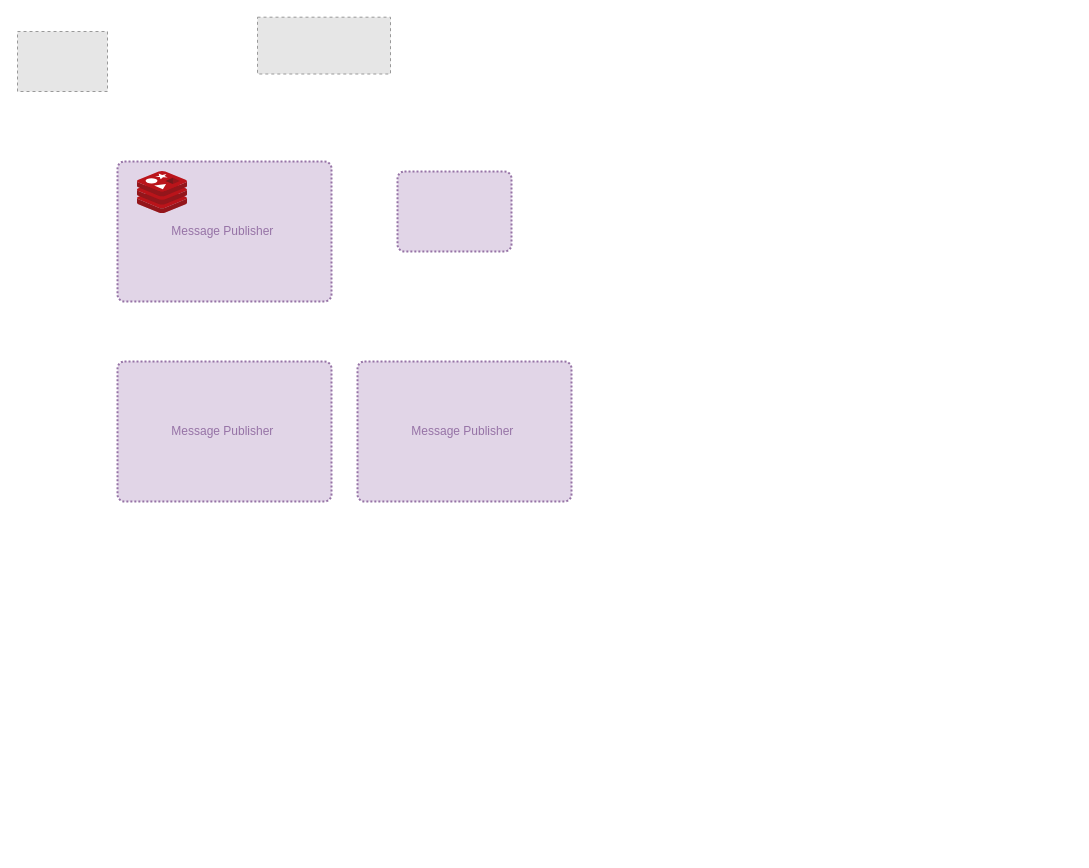
Earlier version of the draw.io diagram spin-redis.drawio (anitabee/hello-spin-redis). Source tidied: cells renumbered, new cells numbered last; positions are measured from the earlier drawing's top-left corner, leaving out a move shared by most shapes. Both pictures are drawn from the tidied source at 100%, with x=0, y=0 at pixel (17, 17). Pictures stored in the file or linked from it are replaced by grey dashed boxes.
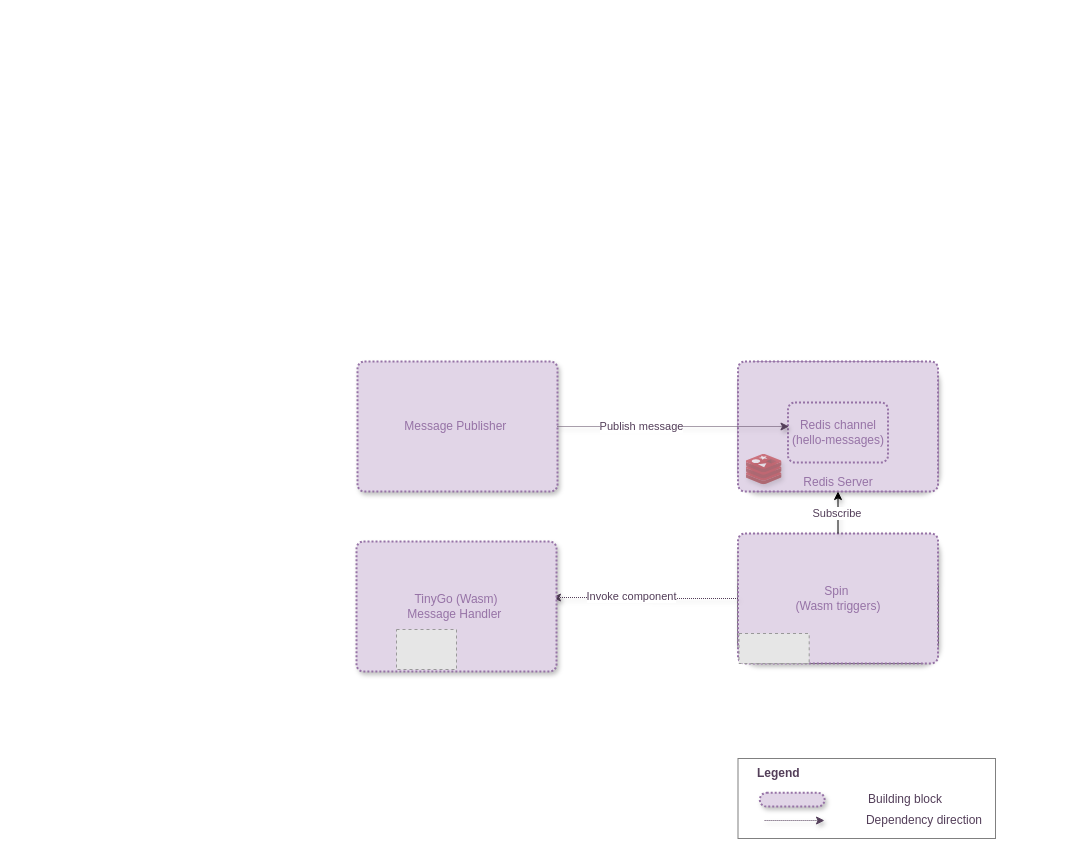
Above is the later version.

Change to the diagram source:
```diff
@@
+    <mxCell id="9" style="rounded=0;whiteSpace=wrap;html=1;strokeColor=none;" parent="1" vertex="1">
+      <mxGeometry x="248" y="314" width="807" height="520" as="geometry" />
+    </mxCell>
+    <mxCell id="8" value="&lt;font color=&quot;#9673a6&quot;&gt;Message Publisher&amp;nbsp;&lt;/font&gt;" style="rounded=1;whiteSpace=wrap;html=1;absoluteArcSize=1;arcSize=14;strokeWidth=2;fillColor=#e1d5e7;strokeColor=#9673A6;dashed=1;dashPattern=1 1;glass=0;shadow=1;" parent="1" vertex="1">
+      <mxGeometry x="340" y="344" width="200" height="130" as="geometry" />
+    </mxCell>
+    <mxCell id="10" style="group;glass=1;rounded=1;shadow=1;fillColor=default;gradientColor=none;strokeColor=default;" parent="1" vertex="1">
+      <mxGeometry x="720.5" y="516" width="200" height="130" as="geometry" />
+    </mxCell>
+    <mxCell id="11" value="&lt;font color=&quot;#9673a6&quot;&gt;Spin&amp;nbsp;&lt;/font&gt;&lt;div&gt;&lt;font color=&quot;#9673a6&quot;&gt;(Wasm triggers)&lt;/font&gt;&lt;/div&gt;" style="rounded=1;whiteSpace=wrap;html=1;absoluteArcSize=1;arcSize=14;strokeWidth=2;fillColor=#e1d5e7;strokeColor=#9673a6;dashed=1;dashPattern=1 1;verticalAlign=middle;" parent="10" vertex="1">
+      <mxGeometry width="200" height="130" as="geometry" />
+    </mxCell>
+    <mxCell id="4" style="fillColor=#E6E6E6;strokeColor=#999999;dashed=1;verticalLabelPosition=bottom;labelBackgroundColor=default;verticalAlign=top;" parent="10" vertex="1">
+      <mxGeometry x="1" y="100" width="70.2" height="30" as="geometry" />
+    </mxCell>
+    <mxCell id="12" style="group;fillColor=default;rounded=1;shadow=1;glass=0;gradientColor=none;strokeColor=#9673A6;" parent="1" vertex="1">
+      <mxGeometry x="720.5" y="344" width="200" height="130" as="geometry" />
+    </mxCell>
-    <mxCell id="2" value="&lt;font color=&quot;#9673a6&quot;&gt;Message Publisher&amp;nbsp;&lt;/font&gt;" style="rounded=1;whiteSpace=wrap;html=1;absoluteArcSize=1;arcSize=14;strokeWidth=2;fillColor=#e1d5e7;strokeColor=#9673a6;dashed=1;dashPattern=1 1;" parent="1" vertex="1">
-      <mxGeometry x="100" y="144" width="214" height="140" as="geometry" />
+    <mxCell id="2" value="&lt;font color=&quot;#9673a6&quot;&gt;Redis Server&lt;/font&gt;" style="rounded=1;whiteSpace=wrap;html=1;absoluteArcSize=1;arcSize=14;strokeWidth=2;fillColor=#e1d5e7;strokeColor=#9673a6;dashed=1;dashPattern=1 1;verticalAlign=bottom;" parent="12" vertex="1">
+      <mxGeometry width="200" height="130" as="geometry" />
     </mxCell>
-    <mxCell id="3" style="fillColor=#E6E6E6;strokeColor=#999999;dashed=1;verticalLabelPosition=bottom;labelBackgroundColor=default;verticalAlign=top;" parent="1" vertex="1">
-      <mxGeometry y="14" width="90" height="60" as="geometry" />
-    </mxCell>
-    <mxCell id="4" style="fillColor=#E6E6E6;strokeColor=#999999;dashed=1;verticalLabelPosition=bottom;labelBackgroundColor=default;verticalAlign=top;" parent="1" vertex="1">
-      <mxGeometry x="240" y="-0.3" width="133" height="56.8" as="geometry" />
-    </mxCell>
-    <mxCell id="5" style="image;sketch=0;html=1;align=center;fontSize=12;image=img/lib/mscae/Cache_Redis_Product.svg;" parent="1" vertex="1">
-      <mxGeometry x="120" y="154" width="50" height="42" as="geometry" />
+    <mxCell id="5" style="image;html=1;align=center;fontSize=12;image=img/lib/mscae/Cache_Redis_Product.svg;shadow=1;imageBorder=none;imageBackground=none;opacity=50;" parent="12" vertex="1">
+      <mxGeometry x="8" y="93" width="36" height="30.2" as="geometry" />
     </mxCell>
-    <mxCell id="6" style="rounded=1;whiteSpace=wrap;html=1;absoluteArcSize=1;arcSize=14;strokeWidth=2;fillColor=#e1d5e7;strokeColor=#9673a6;dashed=1;dashPattern=1 1;" parent="1" vertex="1">
-      <mxGeometry x="380" y="154" width="114" height="80" as="geometry" />
-    </mxCell>
-    <mxCell id="7" value="&lt;font color=&quot;#9673a6&quot;&gt;Message Publisher&amp;nbsp;&lt;/font&gt;" style="rounded=1;whiteSpace=wrap;html=1;absoluteArcSize=1;arcSize=14;strokeWidth=2;fillColor=#e1d5e7;strokeColor=#9673a6;dashed=1;dashPattern=1 1;" parent="1" vertex="1">
-      <mxGeometry x="100" y="344" width="214" height="140" as="geometry" />
-    </mxCell>
-    <mxCell id="8" value="&lt;font color=&quot;#9673a6&quot;&gt;Message Publisher&amp;nbsp;&lt;/font&gt;" style="rounded=1;whiteSpace=wrap;html=1;absoluteArcSize=1;arcSize=14;strokeWidth=2;fillColor=#e1d5e7;strokeColor=#9673a6;dashed=1;dashPattern=1 1;" parent="1" vertex="1">
-      <mxGeometry x="340" y="344" width="214" height="140" as="geometry" />
-    </mxCell>
+    <mxCell id="13" value="&lt;font color=&quot;#9673a6&quot;&gt;Redis channel&lt;/font&gt;&lt;div&gt;&lt;font color=&quot;#9673a6&quot;&gt;(hello-messages)&lt;/font&gt;&lt;/div&gt;" style="rounded=1;whiteSpace=wrap;html=1;absoluteArcSize=1;arcSize=14;strokeWidth=2;fillColor=#e1d5e7;strokeColor=#9673a6;dashed=1;dashPattern=1 1;" parent="12" vertex="1">
+      <mxGeometry x="50" y="41" width="100" height="60" as="geometry" />
+    </mxCell>
+    <mxCell id="14" style="edgeStyle=orthogonalEdgeStyle;rounded=0;jettySize=auto;html=1;exitX=1;exitY=0.5;exitDx=0;exitDy=0;entryX=0.01;entryY=0.4;entryDx=0;entryDy=0;entryPerimeter=0;strokeColor=#533E59;dashed=1;dashPattern=1 1;shadow=1;" parent="1" edge="1" source="8" target="13">
+      <mxGeometry relative="1" as="geometry" />
+    </mxCell>
+    <mxCell id="15" value="&lt;font&gt;Publish message&lt;/font&gt;" style="edgeLabel;html=1;align=center;verticalAlign=middle;fontColor=#533E59;" parent="14" vertex="1">
+      <mxGeometry x="-0.28" y="1" relative="1" as="geometry" />
+    </mxCell>
+    <mxCell id="16" style="edgeStyle=orthogonalEdgeStyle;rounded=0;jettySize=auto;html=1;dashed=1;dashPattern=1 1;strokeColor=#533E59;entryX=0.98;entryY=0.431;entryDx=0;entryDy=0;shadow=1;entryPerimeter=0;" parent="1" edge="1" source="11" target="21">
+      <mxGeometry relative="1" as="geometry" />
+    </mxCell>
+    <mxCell id="17" value="&lt;font&gt;Invoke component&lt;/font&gt;" style="edgeLabel;html=1;align=center;verticalAlign=middle;fontColor=#533E59;" parent="16" vertex="1">
+      <mxGeometry x="0.16" y="-2" relative="1" as="geometry" />
+    </mxCell>
+    <mxCell id="18" style="edgeStyle=orthogonalEdgeStyle;rounded=0;jettySize=auto;html=1;entryX=0.5;entryY=1;entryDx=0;entryDy=0;shadow=1;" parent="1" edge="1" source="11" target="2">
+      <mxGeometry relative="1" as="geometry" />
+    </mxCell>
+    <mxCell id="19" value="&lt;font color=&quot;#533e59&quot;&gt;Subscribe&amp;nbsp;&lt;/font&gt;" style="edgeLabel;html=1;align=center;verticalAlign=middle;" parent="18" vertex="1">
+      <mxGeometry relative="1" as="geometry" />
+    </mxCell>
+    <mxCell id="20" style="group;rounded=0;shadow=0;strokeColor=#808080;" parent="1" vertex="1">
+      <mxGeometry x="720.5" y="741" width="257.5" height="80" as="geometry" />
+    </mxCell>
+    <mxCell id="21" value="&lt;font color=&quot;#9673a6&quot;&gt;TinyGo (Wasm)&lt;/font&gt;&lt;div&gt;&lt;font color=&quot;#9673a6&quot;&gt;Message Handler&amp;nbsp;&lt;/font&gt;&lt;/div&gt;" style="rounded=1;whiteSpace=wrap;html=1;absoluteArcSize=1;arcSize=14;strokeWidth=2;fillColor=#e1d5e7;strokeColor=#9673A6;dashed=1;dashPattern=1 1;glass=0;shadow=1;" parent="1" vertex="1">
+      <mxGeometry x="339" y="524" width="200" height="130" as="geometry" />
+    </mxCell>
+    <mxCell id="22" style="fillColor=#E6E6E6;strokeColor=#999999;dashed=1;verticalLabelPosition=bottom;labelBackgroundColor=default;verticalAlign=top;" parent="1" vertex="1">
+      <mxGeometry x="379" y="612" width="60" height="40" as="geometry" />
+    </mxCell>
+    <mxCell id="23" style="group;" parent="1" vertex="1">
+      <mxGeometry x="718" y="738.6" width="296.3" height="74.8" as="geometry" />
+    </mxCell>
+    <mxCell id="24" style="rounded=1;whiteSpace=wrap;html=1;absoluteArcSize=1;arcSize=14;strokeWidth=2;fillColor=#e1d5e7;strokeColor=#9673a6;dashed=1;dashPattern=1 1;gradientColor=none;glass=0;shadow=1;" parent="23" vertex="1">
+      <mxGeometry x="24.3" y="36.7" width="64.8" height="13.8" as="geometry" />
+    </mxCell>
+    <mxCell id="25" value="&lt;font color=&quot;#533e59&quot;&gt;Building block&lt;/font&gt;" style="text;html=1;align=center;verticalAlign=middle;whiteSpace=wrap;rounded=0;" parent="23" vertex="1">
+      <mxGeometry x="105.2" y="32.5" width="129.5" height="20.8" as="geometry" />
+    </mxCell>
+    <mxCell id="26" style="endArrow=classic;html=1;rounded=0;strokeColor=#533E59;shadow=1;dashed=1;dashPattern=1 1;" parent="23" edge="1">
+      <mxGeometry relative="1" as="geometry">
+        <mxPoint x="29.1" y="64.4" as="sourcePoint" />
+        <mxPoint x="89" y="64.4" as="targetPoint" />
+      </mxGeometry>
+    </mxCell>
+    <mxCell id="27" value="&lt;font color=&quot;#533e59&quot;&gt;&lt;b&gt;Legend&lt;/b&gt;&lt;/font&gt;" style="text;html=1;align=left;verticalAlign=middle;whiteSpace=wrap;rounded=0;strokeColor=none;glass=0;shadow=0;fillColor=default;" parent="23" vertex="1">
+      <mxGeometry x="20" y="6.9" width="81.1" height="20.8" as="geometry" />
+    </mxCell>
+    <mxCell id="28" value="&lt;font color=&quot;#533e59&quot;&gt;Dependency direction&lt;/font&gt;" style="text;html=1;align=center;verticalAlign=middle;whiteSpace=wrap;rounded=0;" parent="1" vertex="1">
+      <mxGeometry x="809.9" y="792.6" width="194.3" height="20.8" as="geometry" />
+    </mxCell>
```
